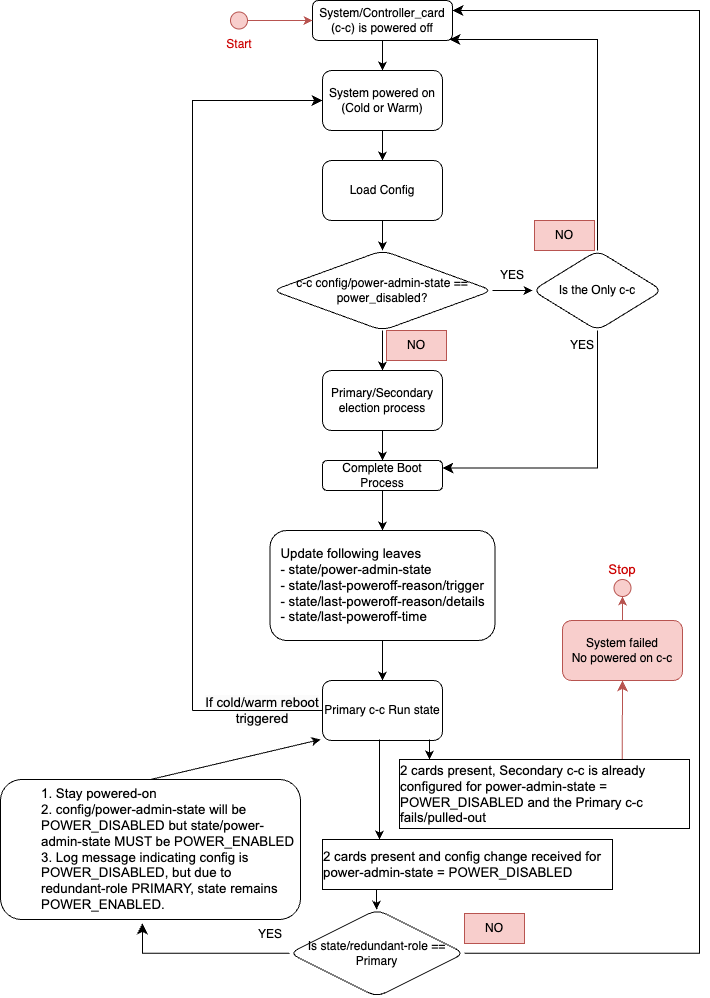
openconfig/public keeps this draw.io diagram as doc/img/controller_card.png. Above is the earlier version. Source tidied: cells renumbered, new cells last; positions are measured from the earlier drawing's top-left corner, leaving out a move shared by most shapes.
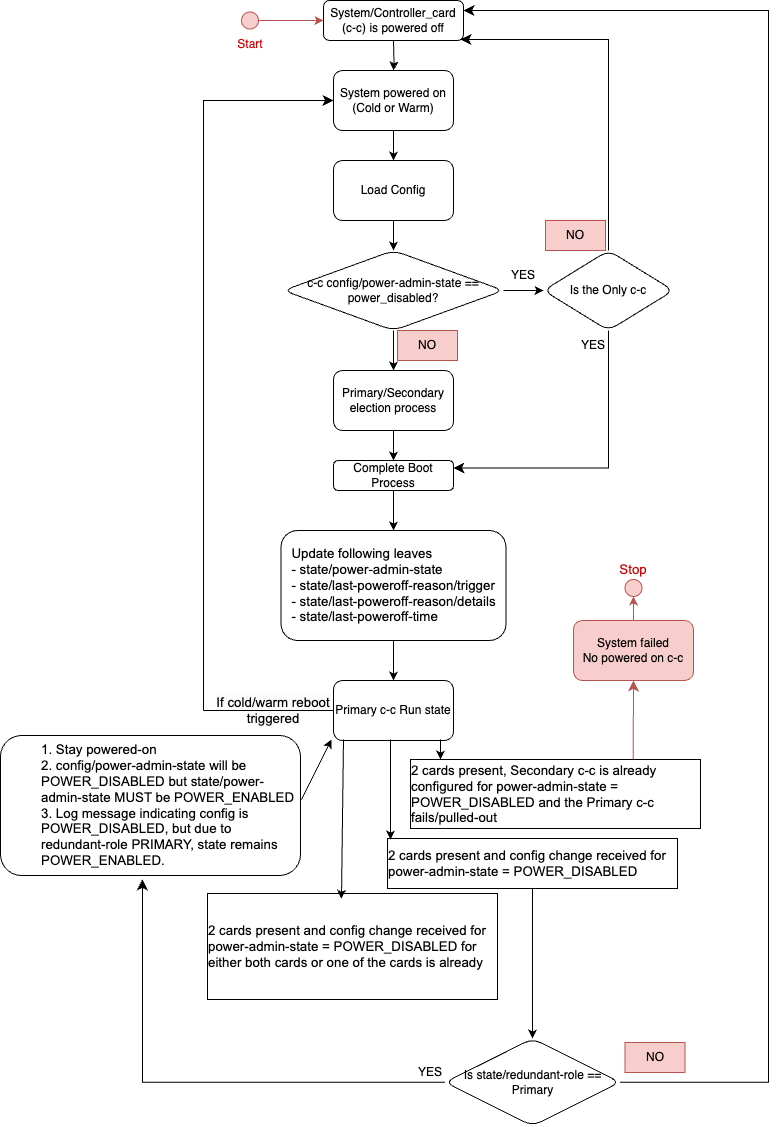
The same diagram one commit later.

Change to the diagram source:
```diff
@@ -56,7 +56,7 @@
       <mxGeometry x="532" y="250" width="130" height="80" as="geometry" />
     </mxCell>
     <mxCell id="19" value="Is state/redundant-role == Primary" style="rhombus;whiteSpace=wrap;html=1;rounded=1;glass=0;strokeWidth=1;shadow=0;" parent="1" vertex="1">
-      <mxGeometry x="289" y="909" width="175" height="87.5" as="geometry" />
+      <mxGeometry x="433.5" y="1038" width="175" height="87.5" as="geometry" />
     </mxCell>
     <mxCell id="20" style="edgeStyle=elbowEdgeStyle;elbow=horizontal;endArrow=classic;html=1;curved=0;rounded=0;endSize=8;startSize=8;exitX=0.75;exitY=1;exitDx=0;exitDy=0;startArrow=none;" parent="1" edge="1">
       <mxGeometry relative="1" as="geometry">
@@ -93,7 +93,7 @@
       </mxGeometry>
     </mxCell>
     <mxCell id="25" value="&lt;blockquote style=&quot;margin: 0 0 0 40px; border: none; padding: 0px;&quot;&gt;&lt;span id=&quot;docs-internal-guid-c9120fd8-7fff-ffcc-6029-515680243542&quot;&gt;&lt;p style=&quot;text-align: left; line-height: 1.2; margin-top: 0pt; margin-bottom: 0pt;&quot; dir=&quot;ltr&quot;&gt;&lt;span style=&quot;font-size: 10pt; font-family: Arial, sans-serif; background-color: transparent; font-variant-numeric: normal; font-variant-east-asian: normal; font-variant-alternates: normal; font-variant-position: normal; vertical-align: baseline;&quot;&gt;1. Stay powered-on&lt;/span&gt;&lt;/p&gt;&lt;/span&gt;&lt;span id=&quot;docs-internal-guid-c9120fd8-7fff-ffcc-6029-515680243542&quot;&gt;&lt;p style=&quot;text-align: left; line-height: 1.2; margin-top: 0pt; margin-bottom: 0pt;&quot; dir=&quot;ltr&quot;&gt;&lt;span style=&quot;font-size: 10pt; font-family: Arial, sans-serif; background-color: transparent; font-variant-numeric: normal; font-variant-east-asian: normal; font-variant-alternates: normal; font-variant-position: normal; vertical-align: baseline;&quot;&gt;2. config/power-admin-state will be POWER_DISABLED but state/&lt;/span&gt;&lt;span style=&quot;font-family: Arial, sans-serif; font-size: 13.3333px; background-color: initial;&quot;&gt;power-admin-state MUST be&amp;nbsp;&lt;/span&gt;&lt;span style=&quot;font-family: Arial, sans-serif; font-size: 13.3333px; background-color: initial;&quot;&gt;POWER_ENABLED&lt;/span&gt;&lt;/p&gt;&lt;/span&gt;&lt;span id=&quot;docs-internal-guid-c9120fd8-7fff-ffcc-6029-515680243542&quot;&gt;&lt;p style=&quot;text-align: left; line-height: 1.2; margin-top: 0pt; margin-bottom: 0pt;&quot; dir=&quot;ltr&quot;&gt;&lt;span style=&quot;font-size: 10pt; font-family: Arial, sans-serif; background-color: transparent; font-variant-numeric: normal; font-variant-east-asian: normal; font-variant-alternates: normal; font-variant-position: normal; vertical-align: baseline;&quot;&gt;3. Log message indicating config is POWER_DISABLED, but due to redundant-role PRIMARY, state remains POWER_ENABLED.&lt;/span&gt;&lt;/p&gt;&lt;/span&gt;&lt;/blockquote&gt;" style="whiteSpace=wrap;html=1;rounded=1;glass=0;strokeWidth=1;shadow=0;" parent="1" vertex="1">
-      <mxGeometry y="779" width="300" height="140" as="geometry" />
+      <mxGeometry x="-11" y="735" width="300" height="140" as="geometry" />
     </mxCell>
     <mxCell id="26" style="edgeStyle=segmentEdgeStyle;endArrow=classic;html=1;curved=0;rounded=0;endSize=8;startSize=8;exitX=0;exitY=0.5;exitDx=0;exitDy=0;entryX=0;entryY=0.5;entryDx=0;entryDy=0;startArrow=none;" parent="1" edge="1" source="27" target="5">
       <mxGeometry x="-1" y="-383" relative="1" as="geometry">
@@ -115,7 +115,7 @@
       </mxGeometry>
     </mxCell>
     <mxCell id="29" value="&lt;p style=&quot;text-align: left; border-color: var(--border-color); line-height: 1.2; margin-top: 0pt; margin-bottom: 0pt;&quot; dir=&quot;ltr&quot;&gt;&lt;span style=&quot;border-color: var(--border-color); font-size: 10pt; font-family: Arial, sans-serif; background-color: transparent; font-variant-numeric: normal; font-variant-east-asian: normal; font-variant-alternates: normal; font-variant-position: normal; vertical-align: baseline;&quot;&gt;2 cards present and config change received for power-admin-state = POWER_DISABLED&lt;/span&gt;&lt;/p&gt;" style="rounded=0;whiteSpace=wrap;html=1;" parent="1" vertex="1">
-      <mxGeometry x="322" y="839" width="290" height="50" as="geometry" />
+      <mxGeometry x="376" y="838" width="290" height="50" as="geometry" />
     </mxCell>
     <mxCell id="30" value="&lt;p style=&quot;text-align: left; border-color: var(--border-color); line-height: 1.2; margin-top: 0pt; margin-bottom: 0pt;&quot; dir=&quot;ltr&quot;&gt;&lt;span style=&quot;border-color: var(--border-color); font-size: 10pt; font-family: Arial, sans-serif; background-color: transparent; font-variant-numeric: normal; font-variant-east-asian: normal; font-variant-alternates: normal; font-variant-position: normal; vertical-align: baseline;&quot;&gt;2 cards present, Secondary c-c is already configured for power-admin-state = POWER_DISABLED and the Primary c-c fails/pulled-out&lt;/span&gt;&lt;/p&gt;" style="rounded=0;whiteSpace=wrap;html=1;" parent="1" vertex="1">
       <mxGeometry x="399" y="759" width="290" height="69" as="geometry" />
@@ -127,7 +127,7 @@
       </mxGeometry>
     </mxCell>
     <mxCell id="32" value="YES" style="text;html=1;strokeColor=none;fillColor=none;align=center;verticalAlign=middle;whiteSpace=wrap;rounded=0;" parent="1" vertex="1">
-      <mxGeometry x="240" y="919" width="60" height="30" as="geometry" />
+      <mxGeometry x="389" y="1057" width="60" height="30" as="geometry" />
     </mxCell>
     <mxCell id="33" style="endArrow=classic;html=1;rounded=0;" parent="1" edge="1">
       <mxGeometry relative="1" as="geometry">
@@ -138,13 +138,14 @@
     <mxCell id="34" style="edgeStyle=elbowEdgeStyle;elbow=horizontal;endArrow=classic;html=1;curved=0;rounded=0;endSize=8;startSize=8;startArrow=none;entryX=1;entryY=0.25;entryDx=0;entryDy=0;" parent="1" edge="1" source="19" target="3">
       <mxGeometry relative="1" as="geometry">
         <Array as="points">
+          <mxPoint x="757" y="1011" />
           <mxPoint x="699" y="859" />
           <mxPoint x="709" y="779" />
           <mxPoint x="969" y="459" />
         </Array>
       </mxGeometry>
     </mxCell>
-    <mxCell id="35" style="endArrow=classic;html=1;rounded=0;exitX=0.186;exitY=1;exitDx=0;exitDy=0;exitPerimeter=0;" parent="1" edge="1" source="29" target="19">
+    <mxCell id="35" style="endArrow=classic;html=1;rounded=0;exitX=0.5;exitY=1;exitDx=0;exitDy=0;entryX=0.5;entryY=0;entryDx=0;entryDy=0;" parent="1" edge="1" source="29" target="19">
       <mxGeometry relative="1" as="geometry" />
     </mxCell>
     <mxCell id="36" style="edgeStyle=segmentEdgeStyle;endArrow=classic;html=1;curved=0;rounded=0;endSize=8;startSize=8;entryX=0.473;entryY=1.027;entryDx=0;entryDy=0;entryPerimeter=0;exitX=0;exitY=0.5;exitDx=0;exitDy=0;" parent="1" edge="1" source="19" target="25">
@@ -152,7 +153,7 @@
     </mxCell>
     <mxCell id="37" style="endArrow=classic;html=1;rounded=0;" parent="1" edge="1">
       <mxGeometry relative="1" as="geometry">
-        <mxPoint x="150" y="779" as="sourcePoint" />
+        <mxPoint x="290" y="799" as="sourcePoint" />
         <mxPoint x="320" y="739" as="targetPoint" />
       </mxGeometry>
     </mxCell>
@@ -184,7 +185,15 @@
       <mxGeometry x="534" y="220" width="60" height="30" as="geometry" />
     </mxCell>
     <mxCell id="47" value="NO" style="text;html=1;strokeColor=#b85450;fillColor=#f8cecc;align=center;verticalAlign=middle;whiteSpace=wrap;rounded=0;" parent="1" vertex="1">
-      <mxGeometry x="464" y="913" width="60" height="30" as="geometry" />
+      <mxGeometry x="613.5" y="1042" width="60" height="30" as="geometry" />
     </mxCell>
+    <mxCell id="48" value="&lt;p style=&quot;text-align: left; border-color: var(--border-color); line-height: 1.2; margin-top: 0pt; margin-bottom: 0pt;&quot; dir=&quot;ltr&quot;&gt;&lt;span style=&quot;border-color: var(--border-color); font-size: 10pt; font-family: Arial, sans-serif; background-color: transparent; font-variant-numeric: normal; font-variant-east-asian: normal; font-variant-alternates: normal; font-variant-position: normal; vertical-align: baseline;&quot;&gt;2 cards present and config change received for power-admin-state = POWER_DISABLED for either both cards or one of the cards is already&amp;nbsp;&lt;/span&gt;&lt;span style=&quot;background-color: transparent; font-family: Arial, sans-serif; font-size: 10pt;&quot;&gt;&amp;nbsp;&lt;/span&gt;&lt;/p&gt;" style="rounded=0;whiteSpace=wrap;html=1;" parent="1" vertex="1">
+      <mxGeometry x="196" y="893" width="290" height="106" as="geometry" />
+    </mxCell>
+    <mxCell id="49" style="endArrow=classic;html=1;rounded=0;exitX=0.2;exitY=0.992;exitDx=0;exitDy=0;exitPerimeter=0;entryX=0.462;entryY=0.05;entryDx=0;entryDy=0;entryPerimeter=0;" parent="1" edge="1" target="48">
+      <mxGeometry relative="1" as="geometry">
+        <mxPoint x="332" y="739" as="sourcePoint" />
+      </mxGeometry>
+    </mxCell>
   </root>
 </mxGraphModel>
```
